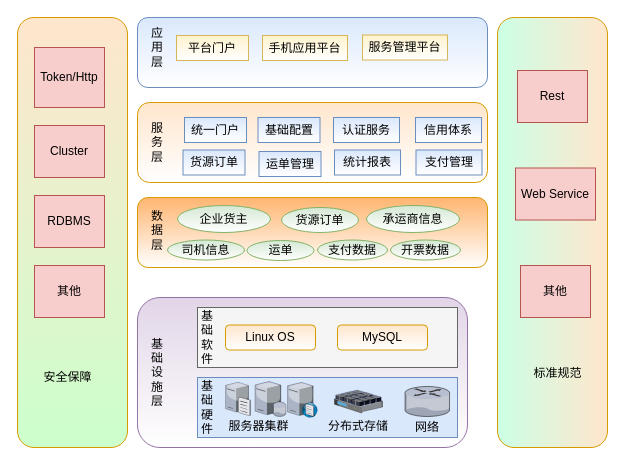
chenyibang/rdpwrap keeps this draw.io diagram as 系统架构图.drawio. Above is the earlier version. Source tidied: cells renumbered, new cells numbered last; positions are measured from the earlier drawing's top-left corner, leaving out a move shared by most shapes. Both pictures are drawn from the tidied source at 100%, with x=0, y=0 at pixel (17, 17).
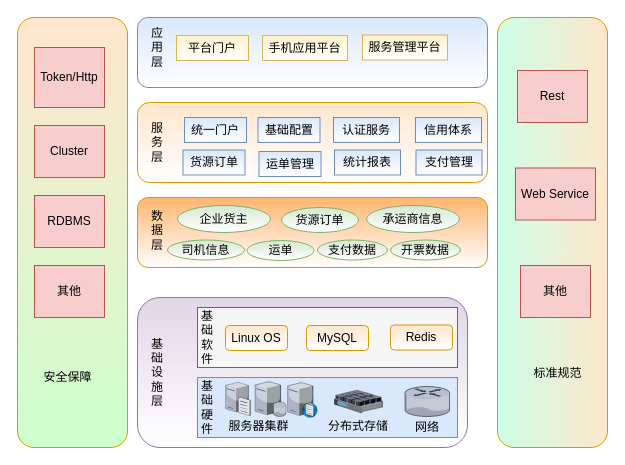
The same diagram, later.

Commit message:
更新系统架构图.drawio

The edit, as a diff of the source:
```diff
@@
     <mxCell id="15" value="Linux OS" style="rounded=1;whiteSpace=wrap;html=1;fillColor=#ffe6cc;strokeColor=#d79b00;gradientColor=#ffffff;" parent="1" vertex="1">
-      <mxGeometry x="208" y="307.5" width="90" height="25" as="geometry" />
+      <mxGeometry x="208" y="308" width="62" height="25" as="geometry" />
     </mxCell>
     <mxCell id="16" value="MySQL" style="rounded=1;whiteSpace=wrap;html=1;fillColor=#ffe6cc;strokeColor=#d79b00;gradientColor=#ffffff;" parent="1" vertex="1">
-      <mxGeometry x="320" y="307.5" width="90" height="25" as="geometry" />
+      <mxGeometry x="289" y="308" width="62" height="25" as="geometry" />
     </mxCell>
@@
+    <mxCell id="54" value="Redis" style="rounded=1;whiteSpace=wrap;html=1;fillColor=#ffe6cc;strokeColor=#d79b00;gradientColor=#ffffff;" parent="1" vertex="1">
+      <mxGeometry x="373" y="307.5" width="62" height="25" as="geometry" />
+    </mxCell>
```
